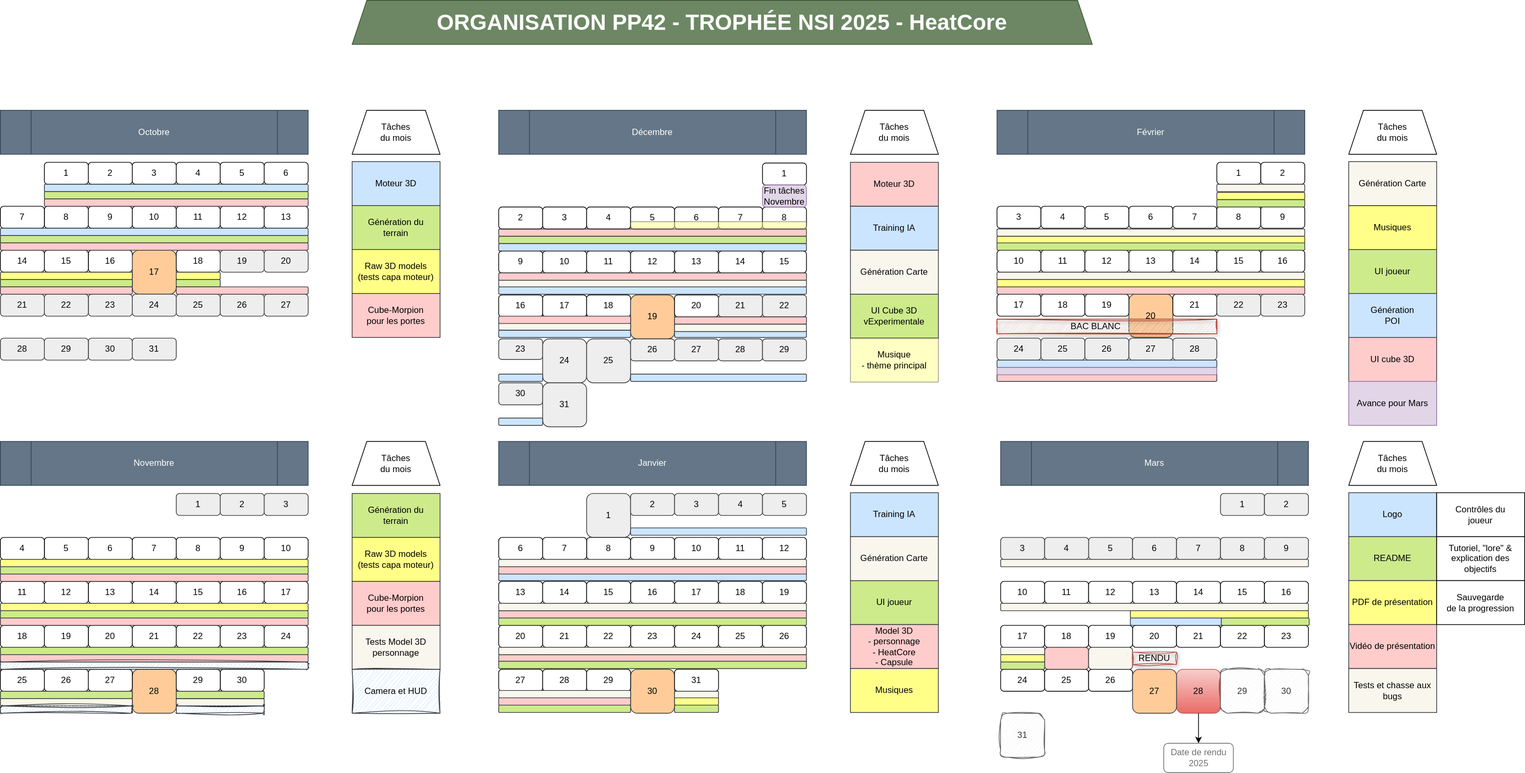
Above: EDT_HeatCore.drawio.svg in Scrollwarden/heatcore-project (draw.io), before the change. Source tidied: cells renumbered, new cells last; positions are measured from the earlier drawing's top-left corner, leaving out a move shared by most shapes.
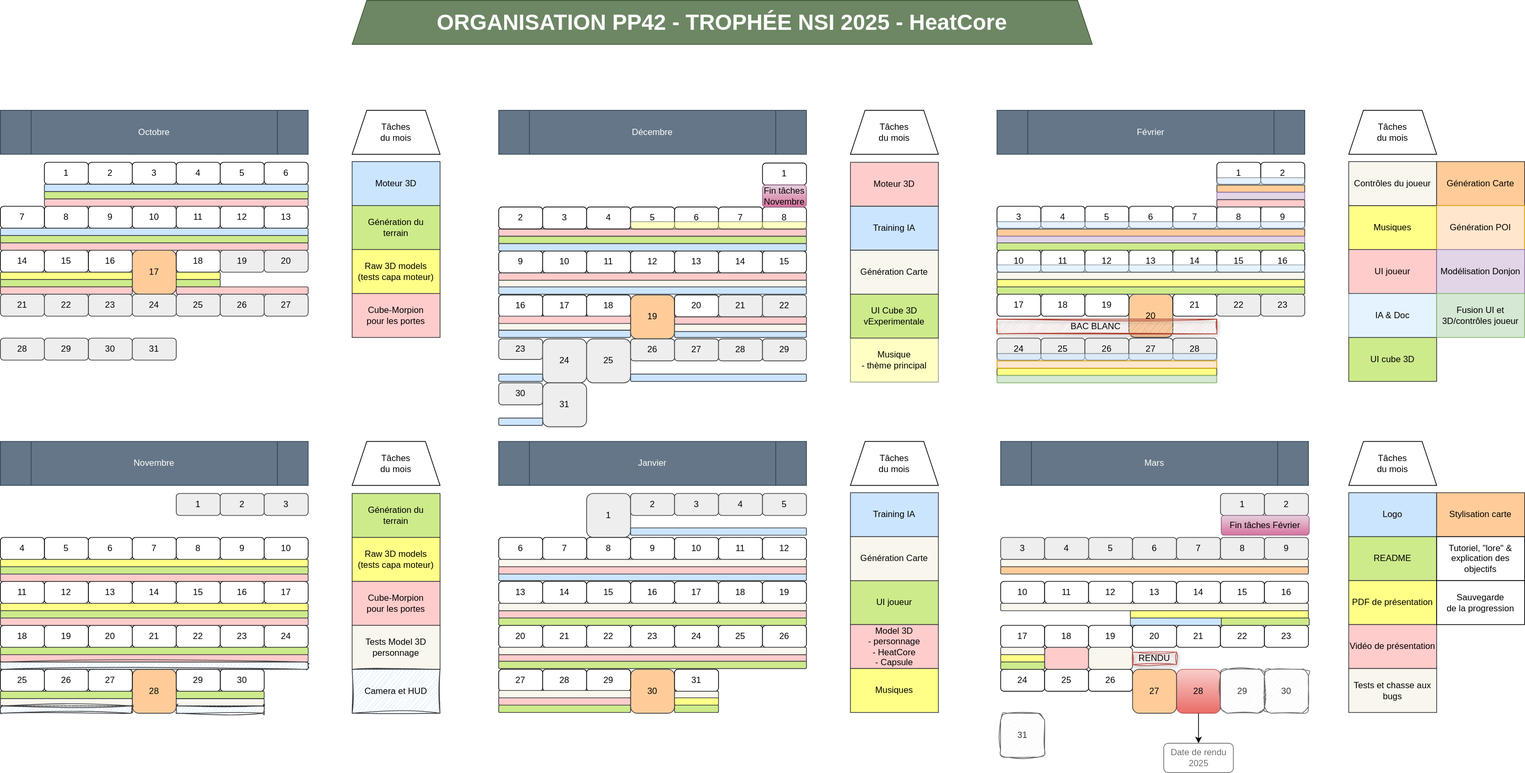
The same file after the commit.

Commit message:
Update EDT for february

Change to the diagram source:
```diff
@@ -530,9 +530,6 @@
     <mxCell id="177" value="12" style="rounded=1;whiteSpace=wrap;html=1;" parent="1" vertex="1">
       <mxGeometry x="1485" y="793" width="60" height="30" as="geometry" />
     </mxCell>
-    <mxCell id="178" value="20" style="rounded=1;whiteSpace=wrap;html=1;" parent="1" vertex="1">
-      <mxGeometry x="1545" y="853" width="60" height="30" as="geometry" />
-    </mxCell>
     <mxCell id="179" value="21" style="rounded=1;whiteSpace=wrap;html=1;" parent="1" vertex="1">
       <mxGeometry x="1605" y="853" width="60" height="30" as="geometry" />
     </mxCell>
@@ -632,16 +629,16 @@
     <mxCell id="211" value="Musiques" style="rounded=0;whiteSpace=wrap;html=1;fillColor=#ffff88;strokeColor=#36393d;fontStyle=0;" parent="1" vertex="1">
       <mxGeometry x="1840" y="280" width="120" height="60" as="geometry" />
     </mxCell>
-    <mxCell id="212" value="UI joueur" style="rounded=0;whiteSpace=wrap;html=1;fillColor=#cdeb8b;strokeColor=#36393d;fontStyle=0;" parent="1" vertex="1">
+    <mxCell id="212" value="UI joueur" style="rounded=0;whiteSpace=wrap;html=1;fillColor=#ffcccc;strokeColor=#36393d;fontStyle=0;" parent="1" vertex="1">
       <mxGeometry x="1840" y="340" width="120" height="60" as="geometry" />
     </mxCell>
-    <mxCell id="213" value="&lt;div&gt;Génération&lt;br&gt;&lt;/div&gt;&lt;div&gt;POI&lt;br&gt;&lt;/div&gt;" style="rounded=0;whiteSpace=wrap;html=1;fillColor=#cce5ff;strokeColor=#36393d;fontStyle=0;" parent="1" vertex="1">
+    <mxCell id="213" value="IA &amp;amp; Doc" style="rounded=0;whiteSpace=wrap;html=1;fillColor=#cce5ff;strokeColor=#36393d;fontStyle=0;opacity=50;" parent="1" vertex="1">
       <mxGeometry x="1840" y="400" width="120" height="60" as="geometry" />
     </mxCell>
-    <mxCell id="214" value="UI cube 3D" style="rounded=0;whiteSpace=wrap;html=1;fillColor=#ffcccc;strokeColor=#36393d;fontStyle=0;" parent="1" vertex="1">
+    <mxCell id="214" value="UI cube 3D" style="rounded=0;whiteSpace=wrap;html=1;fillColor=#cdeb8b;strokeColor=#36393d;fontStyle=0;" parent="1" vertex="1">
       <mxGeometry x="1840" y="460" width="120" height="60" as="geometry" />
     </mxCell>
-    <mxCell id="215" value="Génération Carte" style="rounded=0;whiteSpace=wrap;html=1;fontStyle=0;fillColor=#f9f7ed;strokeColor=#36393d;" parent="1" vertex="1">
+    <mxCell id="215" value="Contrôles du joueur" style="rounded=0;whiteSpace=wrap;html=1;fontStyle=0;fillColor=#f9f7ed;strokeColor=#36393d;" parent="1" vertex="1">
       <mxGeometry x="1840" y="220" width="120" height="60" as="geometry" />
     </mxCell>
     <mxCell id="216" value="&lt;div&gt;Tâches&lt;/div&gt;&lt;div&gt;du mois&lt;br&gt;&lt;/div&gt;" style="shape=trapezoid;perimeter=trapezoidPerimeter;whiteSpace=wrap;html=1;fixedSize=1;" parent="1" vertex="1">
@@ -668,7 +665,7 @@
     <mxCell id="223" style="rounded=1;whiteSpace=wrap;html=1;fillColor=#cce5ff;strokeColor=#36393d;" parent="1" vertex="1">
       <mxGeometry x="60" y="251" width="360" height="10" as="geometry" />
     </mxCell>
-    <mxCell id="224" value="&lt;div&gt;Contrôles du&lt;/div&gt;&lt;div&gt;joueur&lt;br&gt;&lt;/div&gt;" style="rounded=0;whiteSpace=wrap;html=1;" parent="1" vertex="1">
+    <mxCell id="224" value="&lt;div&gt;Stylisation carte&lt;/div&gt;" style="rounded=0;whiteSpace=wrap;html=1;fillColor=#ffcc99;strokeColor=#36393d;" parent="1" vertex="1">
       <mxGeometry x="1960" y="672" width="120" height="60" as="geometry" />
     </mxCell>
     <mxCell id="225" style="rounded=1;whiteSpace=wrap;html=1;fillColor=#cce5ff;strokeColor=#36393d;" parent="1" vertex="1">
@@ -746,7 +743,7 @@
     <mxCell id="249" style="rounded=1;whiteSpace=wrap;html=1;fillColor=#f9f7ed;strokeColor=#36393d;" parent="1" vertex="1">
       <mxGeometry y="953" width="180" height="10" as="geometry" />
     </mxCell>
-    <mxCell id="250" value="&lt;div&gt;Fin tâches&lt;/div&gt;&lt;div&gt;Novembre&lt;br&gt;&lt;/div&gt;" style="rounded=1;whiteSpace=wrap;html=1;fillColor=#e1d5e7;strokeColor=#9673a6;" parent="1" vertex="1">
+    <mxCell id="250" value="&lt;div&gt;Fin tâches&lt;/div&gt;&lt;div&gt;Novembre&lt;br&gt;&lt;/div&gt;" style="rounded=1;whiteSpace=wrap;html=1;fillColor=#e6d0de;strokeColor=#996185;gradientColor=#d5739d;" parent="1" vertex="1">
       <mxGeometry x="1040" y="252" width="60" height="30" as="geometry" />
     </mxCell>
     <mxCell id="251" value="Génération Carte" style="rounded=0;whiteSpace=wrap;html=1;fontStyle=0;fillColor=#f9f7ed;strokeColor=#36393d;" parent="1" vertex="1">
@@ -887,11 +884,11 @@
     <mxCell id="296" style="rounded=1;whiteSpace=wrap;html=1;fillColor=#f9f7ed;strokeColor=#36393d;" parent="1" vertex="1">
       <mxGeometry x="680" y="883" width="420" height="10" as="geometry" />
     </mxCell>
-    <mxCell id="297" style="rounded=1;whiteSpace=wrap;html=1;fillColor=#f9f7ed;strokeColor=#36393d;" parent="1" vertex="1">
+    <mxCell id="297" style="rounded=1;whiteSpace=wrap;html=1;fillColor=#ffcc99;strokeColor=#36393d;" parent="1" vertex="1">
       <mxGeometry x="1360" y="312" width="420" height="10" as="geometry" />
     </mxCell>
-    <mxCell id="298" style="rounded=1;whiteSpace=wrap;html=1;fillColor=#f9f7ed;strokeColor=#36393d;" parent="1" vertex="1">
-      <mxGeometry x="1660" y="251" width="120" height="10" as="geometry" />
+    <mxCell id="298" style="rounded=1;whiteSpace=wrap;html=1;fillColor=#ffcc99;strokeColor=#36393d;" parent="1" vertex="1">
+      <mxGeometry x="1660" y="252" width="120" height="10" as="geometry" />
     </mxCell>
     <mxCell id="299" style="rounded=1;whiteSpace=wrap;html=1;fillColor=#f9f7ed;strokeColor=#36393d;" parent="1" vertex="1">
       <mxGeometry x="680" y="942" width="180" height="10" as="geometry" />
@@ -905,44 +902,74 @@
     <mxCell id="302" value="Musiques" style="rounded=0;whiteSpace=wrap;html=1;fillColor=#ffff88;strokeColor=#36393d;fontStyle=0;" parent="1" vertex="1">
       <mxGeometry x="1160" y="912" width="120" height="60" as="geometry" />
     </mxCell>
-    <mxCell id="303" style="rounded=1;whiteSpace=wrap;html=1;fillColor=#ffff88;strokeColor=#36393d;" parent="1" vertex="1">
+    <mxCell id="303" style="rounded=1;whiteSpace=wrap;html=1;fillColor=#e1d5e7;strokeColor=#9673a6;" parent="1" vertex="1">
       <mxGeometry x="1360" y="322" width="420" height="10" as="geometry" />
     </mxCell>
-    <mxCell id="304" style="rounded=1;whiteSpace=wrap;html=1;fillColor=#ffff88;strokeColor=#36393d;" parent="1" vertex="1">
+    <mxCell id="304" style="rounded=1;whiteSpace=wrap;html=1;fillColor=#e1d5e7;strokeColor=#9673a6;" parent="1" vertex="1">
       <mxGeometry x="1660" y="262" width="120" height="10" as="geometry" />
     </mxCell>
-    <mxCell id="305" style="rounded=1;whiteSpace=wrap;html=1;fillColor=#cdeb8b;strokeColor=#36393d;" parent="1" vertex="1">
+    <mxCell id="305" style="rounded=1;whiteSpace=wrap;html=1;fillColor=#ffcccc;strokeColor=#36393d;" parent="1" vertex="1">
       <mxGeometry x="1660" y="272" width="120" height="10" as="geometry" />
     </mxCell>
     <mxCell id="306" style="rounded=1;whiteSpace=wrap;html=1;fillColor=#cdeb8b;strokeColor=#36393d;" parent="1" vertex="1">
       <mxGeometry x="1360" y="331" width="420" height="10" as="geometry" />
     </mxCell>
-    <mxCell id="307" style="rounded=1;whiteSpace=wrap;html=1;fillColor=#ffcccc;strokeColor=#36393d;" parent="1" vertex="1">
+    <mxCell id="307" style="rounded=1;whiteSpace=wrap;html=1;fillColor=#cdeb8b;strokeColor=#36393d;" parent="1" vertex="1">
       <mxGeometry x="1360" y="391" width="420" height="10" as="geometry" />
     </mxCell>
     <mxCell id="308" style="rounded=1;whiteSpace=wrap;html=1;fillColor=#f9f7ed;strokeColor=#36393d;" parent="1" vertex="1">
       <mxGeometry x="1360" y="371" width="420" height="10" as="geometry" />
     </mxCell>
-    <mxCell id="309" style="rounded=1;whiteSpace=wrap;html=1;fillColor=#cce5ff;strokeColor=#36393d;" parent="1" vertex="1">
-      <mxGeometry x="1360" y="491" width="300" height="10" as="geometry" />
+    <mxCell id="309" style="rounded=1;whiteSpace=wrap;html=1;fillColor=#cce5ff;strokeColor=#36393d;opacity=50;" parent="1" vertex="1">
+      <mxGeometry x="1360" y="482" width="300" height="10" as="geometry" />
     </mxCell>
     <mxCell id="310" style="rounded=1;whiteSpace=wrap;html=1;fillColor=#ffff88;strokeColor=#36393d;" parent="1" vertex="1">
-      <mxGeometry x="1360" y="381" width="420" height="10" as="geometry" />
+      <mxGeometry x="1360" y="502" width="300" height="10" as="geometry" />
     </mxCell>
-    <mxCell id="311" style="rounded=1;whiteSpace=wrap;html=1;fillColor=#ffcccc;strokeColor=#36393d;" parent="1" vertex="1">
-      <mxGeometry x="1360" y="510" width="300" height="10" as="geometry" />
-    </mxCell>
-    <mxCell id="312" value="Avance pour Mars" style="rounded=0;whiteSpace=wrap;html=1;fillColor=#e1d5e7;strokeColor=#9673a6;fontStyle=0;" parent="1" vertex="1">
-      <mxGeometry x="1840" y="520" width="120" height="60" as="geometry" />
-    </mxCell>
     <mxCell id="313" value="BAC BLANC&amp;nbsp;&amp;nbsp;&amp;nbsp;&amp;nbsp;&amp;nbsp;&amp;nbsp;&amp;nbsp;&amp;nbsp;&amp;nbsp; " style="rounded=0;whiteSpace=wrap;html=1;fillColor=#fad9d5;strokeColor=#ae4132;shadow=1;sketch=1;curveFitting=1;jiggle=2;" parent="1" vertex="1">
       <mxGeometry x="1360" y="435" width="300" height="20" as="geometry" />
     </mxCell>
-    <mxCell id="314" style="rounded=1;whiteSpace=wrap;html=1;fillColor=#e1d5e7;strokeColor=#9673a6;" parent="1" vertex="1">
-      <mxGeometry x="1360" y="501" width="300" height="10" as="geometry" />
-    </mxCell>
     <mxCell id="315" value="RENDU" style="rounded=0;whiteSpace=wrap;html=1;fillColor=#f8cecc;strokeColor=#b85450;sketch=1;curveFitting=1;jiggle=2;shadow=1;" parent="1" vertex="1">
       <mxGeometry x="1545" y="889.5" width="60" height="17" as="geometry" />
     </mxCell>
+    <mxCell id="178" value="20" style="rounded=1;whiteSpace=wrap;html=1;" parent="1" vertex="1">
+      <mxGeometry x="1545" y="853" width="60" height="30" as="geometry" />
+    </mxCell>
+    <mxCell id="316" style="rounded=1;whiteSpace=wrap;html=1;fillColor=#cce5ff;strokeColor=#36393d;opacity=50;" parent="1" vertex="1">
+      <mxGeometry x="1660" y="242" width="120" height="10" as="geometry" />
+    </mxCell>
+    <mxCell id="317" style="rounded=1;whiteSpace=wrap;html=1;fillColor=#cce5ff;strokeColor=#36393d;opacity=50;" parent="1" vertex="1">
+      <mxGeometry x="1360" y="302" width="420" height="10" as="geometry" />
+    </mxCell>
+    <mxCell id="318" style="rounded=1;whiteSpace=wrap;html=1;fillColor=#cce5ff;strokeColor=#36393d;glass=0;opacity=50;" parent="1" vertex="1">
+      <mxGeometry x="1360" y="361" width="420" height="10" as="geometry" />
+    </mxCell>
+    <mxCell id="319" value="Génération Carte" style="rounded=0;whiteSpace=wrap;html=1;fontStyle=0;fillColor=#ffcc99;strokeColor=#36393d;" parent="1" vertex="1">
+      <mxGeometry x="1960" y="220" width="120" height="60" as="geometry" />
+    </mxCell>
+    <mxCell id="320" value="Génération POI" style="rounded=0;whiteSpace=wrap;html=1;fontStyle=0;fillColor=#ffe6cc;strokeColor=#d79b00;" parent="1" vertex="1">
+      <mxGeometry x="1960" y="280" width="120" height="60" as="geometry" />
+    </mxCell>
+    <mxCell id="321" style="rounded=1;whiteSpace=wrap;html=1;fillColor=#ffe6cc;strokeColor=#d79b00;" parent="1" vertex="1">
+      <mxGeometry x="1360" y="492" width="300" height="10" as="geometry" />
+    </mxCell>
+    <mxCell id="322" style="rounded=1;whiteSpace=wrap;html=1;fillColor=#ffff88;strokeColor=#36393d;" parent="1" vertex="1">
+      <mxGeometry x="1360" y="381" width="420" height="10" as="geometry" />
+    </mxCell>
+    <mxCell id="323" value="Modélisation Donjon" style="rounded=0;whiteSpace=wrap;html=1;fontStyle=0;fillColor=#e1d5e7;strokeColor=#9673a6;" parent="1" vertex="1">
+      <mxGeometry x="1960" y="340" width="120" height="60" as="geometry" />
+    </mxCell>
+    <mxCell id="324" value="&lt;div&gt;Fusion UI et&lt;/div&gt;&lt;div&gt;3D/contrôles joueur&lt;br&gt;&lt;/div&gt;" style="rounded=0;whiteSpace=wrap;html=1;fillColor=#d5e8d4;strokeColor=#82b366;fontStyle=0;" parent="1" vertex="1">
+      <mxGeometry x="1960" y="400" width="120" height="60" as="geometry" />
+    </mxCell>
+    <mxCell id="325" style="rounded=1;whiteSpace=wrap;html=1;fillColor=#d5e8d4;strokeColor=#82b366;" parent="1" vertex="1">
+      <mxGeometry x="1360" y="512" width="300" height="10" as="geometry" />
+    </mxCell>
+    <mxCell id="326" style="rounded=1;whiteSpace=wrap;html=1;fillColor=#ffcc99;strokeColor=#36393d;" parent="1" vertex="1">
+      <mxGeometry x="1365" y="773" width="420" height="10" as="geometry" />
+    </mxCell>
+    <mxCell id="327" value="Fin tâches Février" style="rounded=1;whiteSpace=wrap;html=1;fillColor=#e6d0de;strokeColor=#996185;gradientColor=#d5739d;" parent="1" vertex="1">
+      <mxGeometry x="1666" y="703" width="120" height="27" as="geometry" />
+    </mxCell>
   </root>
 </mxGraphModel>
```
